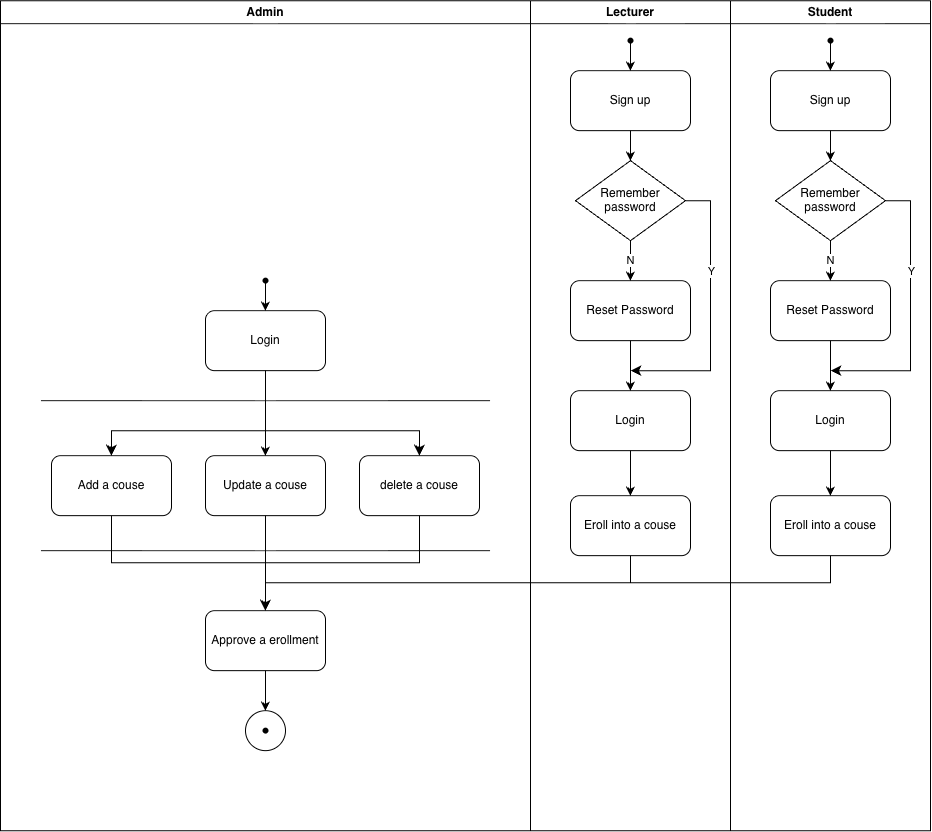
Earlier version of the draw.io export Week5/Activity 1/College project Activity Diagram.drawio.png (willtbing/Yoobee_MSE800). Source tidied: cells renumbered, new cells last; positions are measured from the earlier drawing's top-left corner, leaving out a move shared by most shapes.
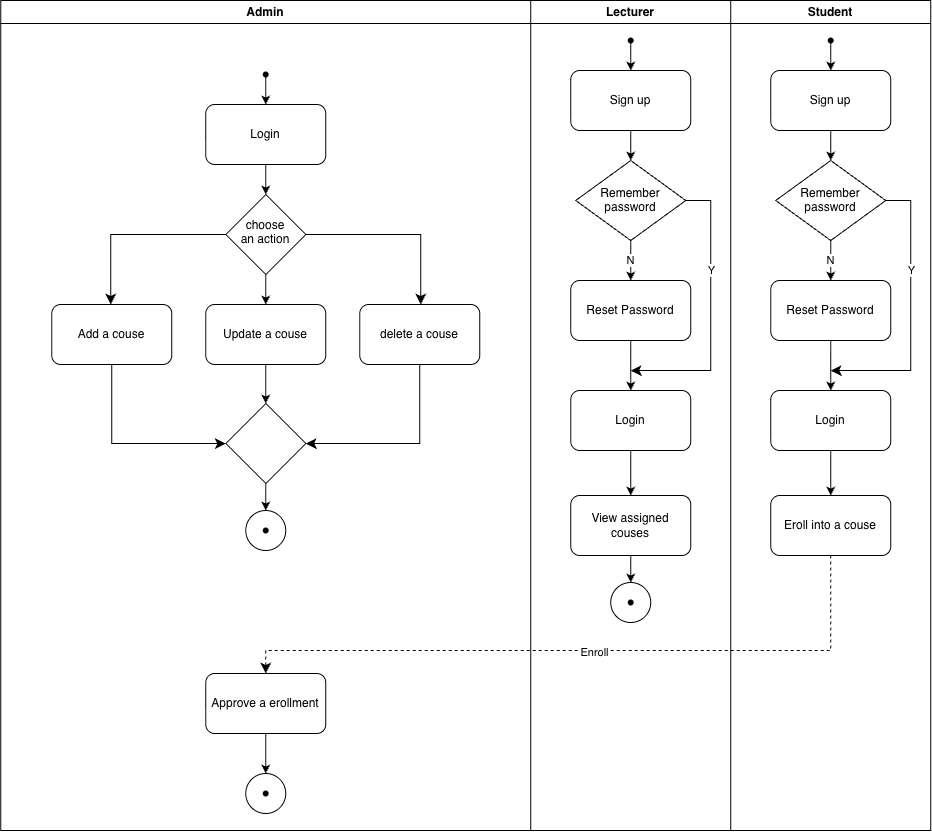
The same diagram one commit later.

Commit message:
Week5 Activity 3

Modify

Modify

Diff of the diagram source:
```diff
@@ -6,73 +6,87 @@
       <mxGeometry width="530" height="830" as="geometry" />
     </mxCell>
     <mxCell id="3" value="Login" style="rounded=1;whiteSpace=wrap;html=1;" parent="2" vertex="1">
-      <mxGeometry x="205" y="310" width="120" height="60" as="geometry" />
+      <mxGeometry x="205" y="104" width="120" height="60" as="geometry" />
     </mxCell>
     <mxCell id="4" style="endArrow=classic;html=1;rounded=0;entryX=0.5;entryY=0;entryDx=0;entryDy=0;" parent="2" edge="1" source="14" target="3">
       <mxGeometry relative="1" as="geometry" />
     </mxCell>
     <mxCell id="5" value="Add a couse" style="rounded=1;whiteSpace=wrap;html=1;" parent="2" vertex="1">
-      <mxGeometry x="51" y="455" width="120" height="60" as="geometry" />
+      <mxGeometry x="51" y="304" width="120" height="60" as="geometry" />
     </mxCell>
-    <mxCell id="6" style="endArrow=none;html=1;rounded=0;" parent="2" edge="1">
-      <mxGeometry relative="1" as="geometry">
-        <mxPoint x="40.5" y="400" as="sourcePoint" />
-        <mxPoint x="489.5" y="400" as="targetPoint" />
-      </mxGeometry>
-    </mxCell>
     <mxCell id="7" value="Update a couse" style="rounded=1;whiteSpace=wrap;html=1;" parent="2" vertex="1">
-      <mxGeometry x="205" y="455" width="120" height="60" as="geometry" />
+      <mxGeometry x="205" y="304" width="120" height="60" as="geometry" />
     </mxCell>
     <mxCell id="8" value="delete a couse" style="rounded=1;whiteSpace=wrap;html=1;" parent="2" vertex="1">
-      <mxGeometry x="359" y="455" width="120" height="60" as="geometry" />
+      <mxGeometry x="359" y="304" width="120" height="60" as="geometry" />
     </mxCell>
-    <mxCell id="9" style="edgeStyle=elbowEdgeStyle;elbow=vertical;endArrow=classic;html=1;curved=0;rounded=0;endSize=8;startSize=8;exitX=0.5;exitY=1;exitDx=0;exitDy=0;entryX=0.5;entryY=0;entryDx=0;entryDy=0;" parent="2" edge="1" source="3" target="5">
-      <mxGeometry relative="1" as="geometry">
-        <Array as="points">
-          <mxPoint x="190" y="430" />
-        </Array>
-      </mxGeometry>
-    </mxCell>
-    <mxCell id="10" style="endArrow=classic;html=1;rounded=0;exitX=0.5;exitY=1;exitDx=0;exitDy=0;entryX=0.5;entryY=0;entryDx=0;entryDy=0;" parent="2" edge="1" source="3" target="7">
-      <mxGeometry relative="1" as="geometry" />
-    </mxCell>
-    <mxCell id="11" style="edgeStyle=elbowEdgeStyle;elbow=vertical;endArrow=classic;html=1;curved=0;rounded=0;endSize=8;startSize=8;exitX=0.5;exitY=1;exitDx=0;exitDy=0;entryX=0.5;entryY=0;entryDx=0;entryDy=0;" parent="2" edge="1" source="3" target="8">
-      <mxGeometry relative="1" as="geometry">
-        <Array as="points">
-          <mxPoint x="340" y="430" />
-        </Array>
-      </mxGeometry>
-    </mxCell>
-    <mxCell id="12" style="endArrow=none;html=1;rounded=0;" parent="2" edge="1">
-      <mxGeometry relative="1" as="geometry">
-        <mxPoint x="40.5" y="550" as="sourcePoint" />
-        <mxPoint x="489.5" y="550" as="targetPoint" />
-      </mxGeometry>
-    </mxCell>
     <mxCell id="13" value="Approve a erollment" style="rounded=1;whiteSpace=wrap;html=1;" parent="2" vertex="1">
-      <mxGeometry x="205" y="610" width="120" height="60" as="geometry" />
+      <mxGeometry x="205" y="673" width="120" height="60" as="geometry" />
     </mxCell>
     <mxCell id="14" style="shape=waypoint;sketch=0;fillStyle=solid;size=6;points=[];fillColor=none;perimeter=centerPerimeter;snapToPoint=1;" parent="2" vertex="1">
-      <mxGeometry x="255" y="270" width="20" height="20" as="geometry" />
+      <mxGeometry x="255" y="64" width="20" height="20" as="geometry" />
     </mxCell>
-    <mxCell id="15" style="edgeStyle=elbowEdgeStyle;elbow=vertical;endArrow=classic;html=1;curved=0;rounded=0;endSize=8;startSize=8;exitX=0.5;exitY=1;exitDx=0;exitDy=0;entryX=0.5;entryY=0;entryDx=0;entryDy=0;" parent="2" edge="1" source="5" target="13">
-      <mxGeometry relative="1" as="geometry" />
-    </mxCell>
-    <mxCell id="16" style="endArrow=classic;html=1;rounded=0;exitX=0.5;exitY=1;exitDx=0;exitDy=0;entryX=0.5;entryY=0;entryDx=0;entryDy=0;" parent="2" edge="1" source="7" target="13">
-      <mxGeometry relative="1" as="geometry" />
-    </mxCell>
-    <mxCell id="17" style="edgeStyle=elbowEdgeStyle;elbow=vertical;endArrow=classic;html=1;curved=0;rounded=0;endSize=8;startSize=8;exitX=0.5;exitY=1;exitDx=0;exitDy=0;entryX=0.5;entryY=0;entryDx=0;entryDy=0;" parent="2" edge="1" source="8" target="13">
-      <mxGeometry relative="1" as="geometry" />
-    </mxCell>
     <mxCell id="18" style="ellipse;whiteSpace=wrap;html=1;shapeInside=1;" parent="2" vertex="1">
-      <mxGeometry x="245" y="710" width="40" height="40" as="geometry" />
+      <mxGeometry x="245" y="773" width="40" height="40" as="geometry" />
     </mxCell>
     <mxCell id="19" style="shape=waypoint;sketch=0;fillStyle=solid;size=6;fillColor=none;perimeter=centerPerimeter;" parent="2" vertex="1">
-      <mxGeometry x="255" y="720" width="20" height="20" as="geometry" />
+      <mxGeometry x="255" y="783" width="20" height="20" as="geometry" />
     </mxCell>
     <mxCell id="20" style="endArrow=classic;html=1;rounded=0;entryX=0.5;entryY=0;entryDx=0;entryDy=0;exitX=0.5;exitY=1;exitDx=0;exitDy=0;" parent="2" edge="1" source="13" target="18">
       <mxGeometry relative="1" as="geometry" />
     </mxCell>
+    <mxCell id="51" value="choose an action" style="rhombus;whiteSpace=wrap;html=1;shapeInside=1;" parent="2" vertex="1">
+      <mxGeometry x="225" y="194" width="80" height="80" as="geometry" />
+    </mxCell>
+    <mxCell id="52" style="endArrow=classic;html=1;rounded=0;exitX=0.5;exitY=1;exitDx=0;exitDy=0;" parent="2" edge="1" source="3" target="51">
+      <mxGeometry relative="1" as="geometry" />
+    </mxCell>
+    <mxCell id="53" style="endArrow=classic;html=1;rounded=0;exitX=0.5;exitY=1;exitDx=0;exitDy=0;entryX=0.5;entryY=0;entryDx=0;entryDy=0;" parent="2" edge="1" source="51" target="7">
+      <mxGeometry relative="1" as="geometry" />
+    </mxCell>
+    <mxCell id="54" style="edgeStyle=elbowEdgeStyle;elbow=horizontal;endArrow=classic;html=1;curved=0;rounded=0;endSize=8;startSize=8;entryX=0.5;entryY=0;entryDx=0;entryDy=0;exitX=0;exitY=0.5;exitDx=0;exitDy=0;" parent="2" edge="1" source="51" target="5">
+      <mxGeometry relative="1" as="geometry">
+        <Array as="points">
+          <mxPoint x="110" y="284" />
+        </Array>
+      </mxGeometry>
+    </mxCell>
+    <mxCell id="55" style="edgeStyle=elbowEdgeStyle;elbow=horizontal;endArrow=classic;html=1;curved=0;rounded=0;endSize=8;startSize=8;exitX=1;exitY=0.5;exitDx=0;exitDy=0;entryX=0.5;entryY=0;entryDx=0;entryDy=0;" parent="2" edge="1" source="51" target="8">
+      <mxGeometry relative="1" as="geometry">
+        <Array as="points">
+          <mxPoint x="420" y="254" />
+        </Array>
+      </mxGeometry>
+    </mxCell>
+    <mxCell id="56" style="rhombus;whiteSpace=wrap;html=1;shapeInside=1;" parent="2" vertex="1">
+      <mxGeometry x="225" y="403" width="80" height="80" as="geometry" />
+    </mxCell>
+    <mxCell id="57" style="endArrow=classic;html=1;rounded=0;exitX=0.5;exitY=1;exitDx=0;exitDy=0;" parent="2" edge="1" source="7" target="56">
+      <mxGeometry relative="1" as="geometry" />
+    </mxCell>
+    <mxCell id="58" style="edgeStyle=elbowEdgeStyle;elbow=horizontal;endArrow=classic;html=1;curved=0;rounded=0;endSize=8;startSize=8;exitX=0.5;exitY=1;exitDx=0;exitDy=0;entryX=0;entryY=0.5;entryDx=0;entryDy=0;" parent="2" edge="1" source="5" target="56">
+      <mxGeometry relative="1" as="geometry">
+        <Array as="points">
+          <mxPoint x="111" y="430" />
+        </Array>
+      </mxGeometry>
+    </mxCell>
+    <mxCell id="59" style="edgeStyle=elbowEdgeStyle;elbow=horizontal;endArrow=classic;html=1;curved=0;rounded=0;endSize=8;startSize=8;exitX=0.5;exitY=1;exitDx=0;exitDy=0;entryX=1;entryY=0.5;entryDx=0;entryDy=0;" parent="2" edge="1" source="8" target="56">
+      <mxGeometry relative="1" as="geometry">
+        <Array as="points">
+          <mxPoint x="419" y="410" />
+        </Array>
+      </mxGeometry>
+    </mxCell>
+    <mxCell id="60" style="ellipse;whiteSpace=wrap;html=1;shapeInside=1;" parent="2" vertex="1">
+      <mxGeometry x="245" y="510" width="40" height="40" as="geometry" />
+    </mxCell>
+    <mxCell id="61" style="shape=waypoint;sketch=0;fillStyle=solid;size=6;fillColor=none;perimeter=centerPerimeter;" parent="2" vertex="1">
+      <mxGeometry x="255" y="520" width="20" height="20" as="geometry" />
+    </mxCell>
+    <mxCell id="62" style="endArrow=classic;html=1;rounded=0;exitX=0.5;exitY=1;exitDx=0;exitDy=0;entryX=0.5;entryY=0;entryDx=0;entryDy=0;" parent="2" edge="1" source="56" target="60">
+      <mxGeometry relative="1" as="geometry" />
+    </mxCell>
     <mxCell id="21" value="Lecturer" style="swimlane;whiteSpace=wrap;html=1;" parent="1" vertex="1">
       <mxGeometry x="530" width="200" height="830" as="geometry" />
     </mxCell>
@@ -103,12 +117,23 @@
     <mxCell id="30" style="endArrow=classic;html=1;rounded=0;exitX=0.5;exitY=1;exitDx=0;exitDy=0;" parent="21" edge="1" source="27" target="25">
       <mxGeometry relative="1" as="geometry" />
     </mxCell>
-    <mxCell id="31" value="Eroll into a couse" style="rounded=1;whiteSpace=wrap;html=1;" parent="21" vertex="1">
+    <mxCell id="31" value="View assigned couses" style="rounded=1;whiteSpace=wrap;html=1;" parent="21" vertex="1">
       <mxGeometry x="40" y="495" width="120" height="60" as="geometry" />
     </mxCell>
     <mxCell id="32" style="endArrow=classic;html=1;rounded=0;exitX=0.5;exitY=1;exitDx=0;exitDy=0;entryX=0.5;entryY=0;entryDx=0;entryDy=0;" parent="21" edge="1" source="25" target="31">
       <mxGeometry relative="1" as="geometry" />
     </mxCell>
+    <mxCell id="63" style="ellipse;whiteSpace=wrap;html=1;shapeInside=1;" parent="21" vertex="1">
+      <mxGeometry x="80" y="582" width="40" height="40" as="geometry" />
+    </mxCell>
+    <mxCell id="64" style="shape=waypoint;sketch=0;fillStyle=solid;size=6;fillColor=none;perimeter=centerPerimeter;" parent="21" vertex="1">
+      <mxGeometry x="90" y="592" width="20" height="20" as="geometry" />
+    </mxCell>
+    <mxCell id="65" style="endArrow=classic;html=1;rounded=0;exitX=0.5;exitY=1;exitDx=0;exitDy=0;entryX=0.5;entryY=0;entryDx=0;entryDy=0;" parent="21" edge="1" target="63">
+      <mxGeometry relative="1" as="geometry">
+        <mxPoint x="100" y="555" as="sourcePoint" />
+      </mxGeometry>
+    </mxCell>
     <mxCell id="33" value="Student" style="swimlane;whiteSpace=wrap;html=1;" parent="1" vertex="1">
       <mxGeometry x="730" width="200" height="830" as="geometry" />
     </mxCell>
@@ -169,11 +194,15 @@
     <mxCell id="48" value="Y" style="edgeLabel;html=1;align=center;verticalAlign=middle;" parent="47" vertex="1">
       <mxGeometry x="-0.31" relative="1" as="geometry" />
     </mxCell>
-    <mxCell id="49" style="edgeStyle=elbowEdgeStyle;elbow=vertical;endArrow=classic;html=1;curved=0;rounded=0;endSize=8;startSize=8;exitX=0.5;exitY=1;exitDx=0;exitDy=0;entryX=0.5;entryY=0;entryDx=0;entryDy=0;" parent="1" edge="1" source="31" target="13">
-      <mxGeometry relative="1" as="geometry" />
-    </mxCell>
-    <mxCell id="50" style="edgeStyle=elbowEdgeStyle;elbow=vertical;endArrow=classic;html=1;curved=0;rounded=0;endSize=8;startSize=8;exitX=0.5;exitY=1;exitDx=0;exitDy=0;entryX=0.5;entryY=0;entryDx=0;entryDy=0;" parent="1" edge="1" source="45" target="13">
-      <mxGeometry relative="1" as="geometry" />
+    <mxCell id="50" style="edgeStyle=elbowEdgeStyle;elbow=vertical;endArrow=classic;html=1;curved=0;rounded=0;endSize=8;startSize=8;exitX=0.5;exitY=1;exitDx=0;exitDy=0;entryX=0.5;entryY=0;entryDx=0;entryDy=0;dashed=1;" parent="1" edge="1" source="45" target="13">
+      <mxGeometry relative="1" as="geometry">
+        <Array as="points">
+          <mxPoint x="550" y="650" />
+        </Array>
+      </mxGeometry>
     </mxCell>
+    <mxCell id="66" value="Enroll" style="edgeLabel;html=1;align=center;verticalAlign=middle;" parent="50" vertex="1">
+      <mxGeometry x="-0.03" y="1" relative="1" as="geometry" />
+    </mxCell>
   </root>
 </mxGraphModel>
```
